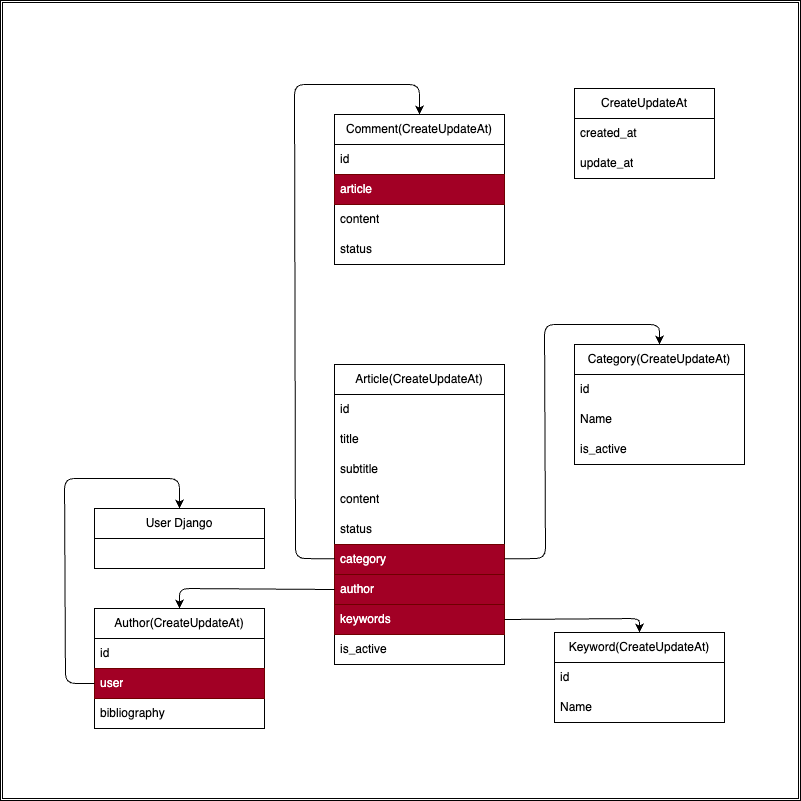
Before: relationship.png, a diagram exported from draw.io (Juzeka/Blog-Flow). Source tidied: cells renumbered, new cells last; positions are measured from the earlier drawing's top-left corner, leaving out a move shared by most shapes.
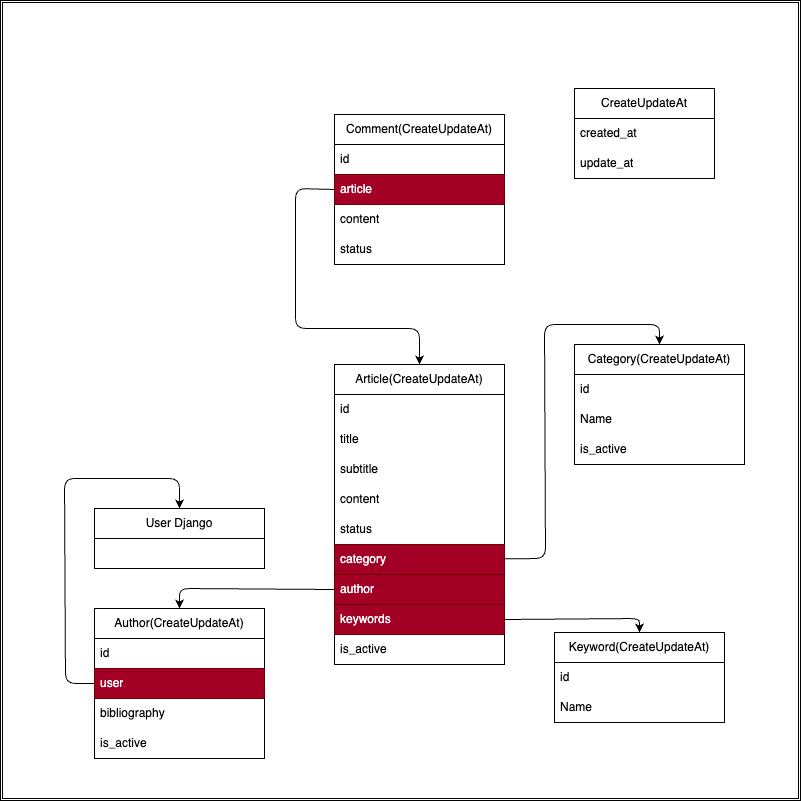
Above is the later version.

Commit message:
chg: refactor relationship

Diff of the diagram source:
```diff
@@ -84,7 +84,7 @@
       <mxGeometry y="120" width="170" height="30" as="geometry" />
     </mxCell>
     <mxCell id="29" value="Author(CreateUpdateAt)" style="swimlane;fontStyle=0;horizontal=1;startSize=30;whiteSpace=wrap;html=1;" parent="1" vertex="1">
-      <mxGeometry x="94" y="608" width="170" height="120" as="geometry" />
+      <mxGeometry x="94" y="608" width="170" height="150" as="geometry" />
     </mxCell>
     <mxCell id="30" value="id" style="text;strokeColor=none;fillColor=none;align=left;verticalAlign=middle;spacingLeft=4;spacingRight=4;overflow=hidden;whiteSpace=wrap;html=1;" parent="29" vertex="1">
       <mxGeometry y="30" width="170" height="30" as="geometry" />
@@ -95,6 +95,9 @@
     <mxCell id="32" value="bibliography" style="text;align=left;verticalAlign=middle;spacingLeft=4;spacingRight=4;overflow=hidden;whiteSpace=wrap;html=1;" parent="29" vertex="1">
       <mxGeometry y="90" width="170" height="30" as="geometry" />
     </mxCell>
+    <mxCell id="38" value="is_active" style="text;strokeColor=none;fillColor=none;align=left;verticalAlign=middle;spacingLeft=4;spacingRight=4;overflow=hidden;whiteSpace=wrap;html=1;" parent="29" vertex="1">
+      <mxGeometry y="120" width="170" height="30" as="geometry" />
+    </mxCell>
     <mxCell id="33" style="edgeStyle=none;html=1;exitX=0;exitY=0.5;exitDx=0;exitDy=0;entryX=0.5;entryY=0;entryDx=0;entryDy=0;" parent="1" edge="1" source="18" target="29">
       <mxGeometry relative="1" as="geometry">
         <Array as="points">
@@ -127,14 +130,14 @@
         </Array>
       </mxGeometry>
     </mxCell>
-    <mxCell id="37" style="edgeStyle=none;html=1;entryX=0.5;entryY=0;entryDx=0;entryDy=0;" parent="1" edge="1" source="17" target="24">
-      <mxGeometry relative="1" as="geometry">
-        <Array as="points">
-          <mxPoint x="295" y="558" />
-          <mxPoint x="294" y="84" />
-          <mxPoint x="419" y="84" />
-        </Array>
-      </mxGeometry>
-    </mxCell>
+    <mxCell id="39" style="edgeStyle=none;html=1;exitX=0;exitY=0.5;exitDx=0;exitDy=0;entryX=0.5;entryY=0;entryDx=0;entryDy=0;" parent="1" edge="1" source="26" target="11">
+      <mxGeometry relative="1" as="geometry">
+        <Array as="points">
+          <mxPoint x="295" y="188" />
+          <mxPoint x="295" y="328" />
+          <mxPoint x="419" y="328" />
+        </Array>
+      </mxGeometry>
+    </mxCell>
   </root>
 </mxGraphModel>
```
